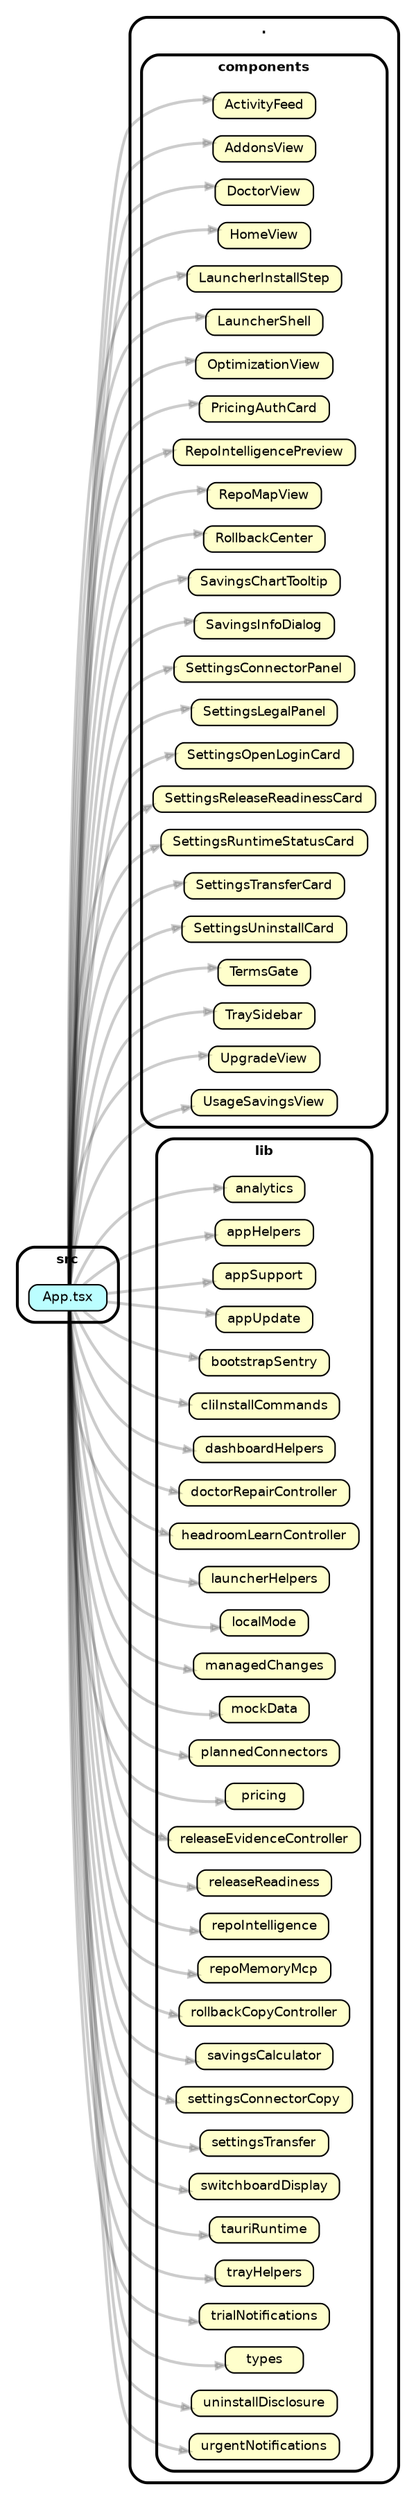
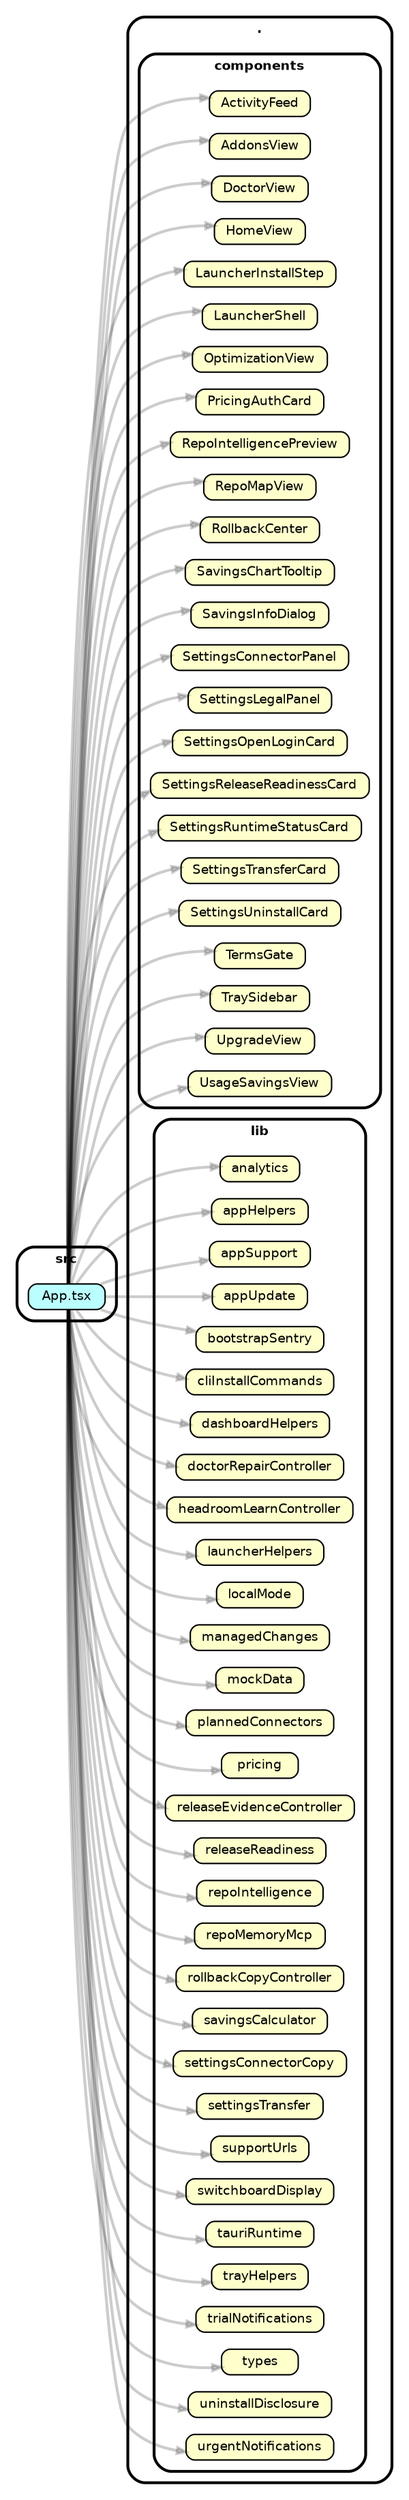
strict digraph "dependency-cruiser output"{
    rankdir="LR" splines="true" overlap="false" nodesep="0.16" ranksep="0.18" fontname="Helvetica-bold" fontsize="9" style="rounded,bold,filled" fillcolor="#ffffff" compound="true"
    node [shape="box" style="rounded, filled" height="0.2" color="black" fillcolor="#ffffcc" fontcolor="black" fontname="Helvetica" fontsize="9"]
    edge [arrowhead="normal" arrowsize="0.6" penwidth="2.0" color="#00000033" fontname="Helvetica" fontsize="9"]

    subgraph "cluster_." {label="." subgraph "cluster_./components" {label="components" "./components/ActivityFeed" [label=<ActivityFeed> tooltip="ActivityFeed" ] } }
    subgraph "cluster_." {label="." subgraph "cluster_./components" {label="components" "./components/AddonsView" [label=<AddonsView> tooltip="AddonsView" ] } }
    subgraph "cluster_." {label="." subgraph "cluster_./components" {label="components" "./components/DoctorView" [label=<DoctorView> tooltip="DoctorView" ] } }
    subgraph "cluster_." {label="." subgraph "cluster_./components" {label="components" "./components/HomeView" [label=<HomeView> tooltip="HomeView" ] } }
    subgraph "cluster_." {label="." subgraph "cluster_./components" {label="components" "./components/LauncherInstallStep" [label=<LauncherInstallStep> tooltip="LauncherInstallStep" ] } }
    subgraph "cluster_." {label="." subgraph "cluster_./components" {label="components" "./components/LauncherShell" [label=<LauncherShell> tooltip="LauncherShell" ] } }
    subgraph "cluster_." {label="." subgraph "cluster_./components" {label="components" "./components/OptimizationView" [label=<OptimizationView> tooltip="OptimizationView" ] } }
    subgraph "cluster_." {label="." subgraph "cluster_./components" {label="components" "./components/PricingAuthCard" [label=<PricingAuthCard> tooltip="PricingAuthCard" ] } }
    subgraph "cluster_." {label="." subgraph "cluster_./components" {label="components" "./components/RepoIntelligencePreview" [label=<RepoIntelligencePreview> tooltip="RepoIntelligencePreview" ] } }
    subgraph "cluster_." {label="." subgraph "cluster_./components" {label="components" "./components/RepoMapView" [label=<RepoMapView> tooltip="RepoMapView" ] } }
    subgraph "cluster_." {label="." subgraph "cluster_./components" {label="components" "./components/RollbackCenter" [label=<RollbackCenter> tooltip="RollbackCenter" ] } }
    subgraph "cluster_." {label="." subgraph "cluster_./components" {label="components" "./components/SavingsChartTooltip" [label=<SavingsChartTooltip> tooltip="SavingsChartTooltip" ] } }
    subgraph "cluster_." {label="." subgraph "cluster_./components" {label="components" "./components/SavingsInfoDialog" [label=<SavingsInfoDialog> tooltip="SavingsInfoDialog" ] } }
    subgraph "cluster_." {label="." subgraph "cluster_./components" {label="components" "./components/SettingsConnectorPanel" [label=<SettingsConnectorPanel> tooltip="SettingsConnectorPanel" ] } }
    subgraph "cluster_." {label="." subgraph "cluster_./components" {label="components" "./components/SettingsLegalPanel" [label=<SettingsLegalPanel> tooltip="SettingsLegalPanel" ] } }
    subgraph "cluster_." {label="." subgraph "cluster_./components" {label="components" "./components/SettingsOpenLoginCard" [label=<SettingsOpenLoginCard> tooltip="SettingsOpenLoginCard" ] } }
    subgraph "cluster_." {label="." subgraph "cluster_./components" {label="components" "./components/SettingsReleaseReadinessCard" [label=<SettingsReleaseReadinessCard> tooltip="SettingsReleaseReadinessCard" ] } }
    subgraph "cluster_." {label="." subgraph "cluster_./components" {label="components" "./components/SettingsRuntimeStatusCard" [label=<SettingsRuntimeStatusCard> tooltip="SettingsRuntimeStatusCard" ] } }
    subgraph "cluster_." {label="." subgraph "cluster_./components" {label="components" "./components/SettingsTransferCard" [label=<SettingsTransferCard> tooltip="SettingsTransferCard" ] } }
    subgraph "cluster_." {label="." subgraph "cluster_./components" {label="components" "./components/SettingsUninstallCard" [label=<SettingsUninstallCard> tooltip="SettingsUninstallCard" ] } }
    subgraph "cluster_." {label="." subgraph "cluster_./components" {label="components" "./components/TermsGate" [label=<TermsGate> tooltip="TermsGate" ] } }
    subgraph "cluster_." {label="." subgraph "cluster_./components" {label="components" "./components/TraySidebar" [label=<TraySidebar> tooltip="TraySidebar" ] } }
    subgraph "cluster_." {label="." subgraph "cluster_./components" {label="components" "./components/UpgradeView" [label=<UpgradeView> tooltip="UpgradeView" ] } }
    subgraph "cluster_." {label="." subgraph "cluster_./components" {label="components" "./components/UsageSavingsView" [label=<UsageSavingsView> tooltip="UsageSavingsView" ] } }
    subgraph "cluster_." {label="." subgraph "cluster_./lib" {label="lib" "./lib/analytics" [label=<analytics> tooltip="analytics" ] } }
    subgraph "cluster_." {label="." subgraph "cluster_./lib" {label="lib" "./lib/appHelpers" [label=<appHelpers> tooltip="appHelpers" ] } }
    subgraph "cluster_." {label="." subgraph "cluster_./lib" {label="lib" "./lib/appSupport" [label=<appSupport> tooltip="appSupport" ] } }
    subgraph "cluster_." {label="." subgraph "cluster_./lib" {label="lib" "./lib/appUpdate" [label=<appUpdate> tooltip="appUpdate" ] } }
    subgraph "cluster_." {label="." subgraph "cluster_./lib" {label="lib" "./lib/bootstrapSentry" [label=<bootstrapSentry> tooltip="bootstrapSentry" ] } }
    subgraph "cluster_." {label="." subgraph "cluster_./lib" {label="lib" "./lib/cliInstallCommands" [label=<cliInstallCommands> tooltip="cliInstallCommands" ] } }
    subgraph "cluster_." {label="." subgraph "cluster_./lib" {label="lib" "./lib/dashboardHelpers" [label=<dashboardHelpers> tooltip="dashboardHelpers" ] } }
    subgraph "cluster_." {label="." subgraph "cluster_./lib" {label="lib" "./lib/doctorRepairController" [label=<doctorRepairController> tooltip="doctorRepairController" ] } }
    subgraph "cluster_." {label="." subgraph "cluster_./lib" {label="lib" "./lib/headroomLearnController" [label=<headroomLearnController> tooltip="headroomLearnController" ] } }
    subgraph "cluster_." {label="." subgraph "cluster_./lib" {label="lib" "./lib/launcherHelpers" [label=<launcherHelpers> tooltip="launcherHelpers" ] } }
    subgraph "cluster_." {label="." subgraph "cluster_./lib" {label="lib" "./lib/localMode" [label=<localMode> tooltip="localMode" ] } }
    subgraph "cluster_." {label="." subgraph "cluster_./lib" {label="lib" "./lib/managedChanges" [label=<managedChanges> tooltip="managedChanges" ] } }
    subgraph "cluster_." {label="." subgraph "cluster_./lib" {label="lib" "./lib/mockData" [label=<mockData> tooltip="mockData" ] } }
    subgraph "cluster_." {label="." subgraph "cluster_./lib" {label="lib" "./lib/plannedConnectors" [label=<plannedConnectors> tooltip="plannedConnectors" ] } }
    subgraph "cluster_." {label="." subgraph "cluster_./lib" {label="lib" "./lib/pricing" [label=<pricing> tooltip="pricing" ] } }
    subgraph "cluster_." {label="." subgraph "cluster_./lib" {label="lib" "./lib/releaseEvidenceController" [label=<releaseEvidenceController> tooltip="releaseEvidenceController" ] } }
    subgraph "cluster_." {label="." subgraph "cluster_./lib" {label="lib" "./lib/releaseReadiness" [label=<releaseReadiness> tooltip="releaseReadiness" ] } }
    subgraph "cluster_." {label="." subgraph "cluster_./lib" {label="lib" "./lib/repoIntelligence" [label=<repoIntelligence> tooltip="repoIntelligence" ] } }
    subgraph "cluster_." {label="." subgraph "cluster_./lib" {label="lib" "./lib/repoMemoryMcp" [label=<repoMemoryMcp> tooltip="repoMemoryMcp" ] } }
    subgraph "cluster_." {label="." subgraph "cluster_./lib" {label="lib" "./lib/rollbackCopyController" [label=<rollbackCopyController> tooltip="rollbackCopyController" ] } }
    subgraph "cluster_." {label="." subgraph "cluster_./lib" {label="lib" "./lib/savingsCalculator" [label=<savingsCalculator> tooltip="savingsCalculator" ] } }
    subgraph "cluster_." {label="." subgraph "cluster_./lib" {label="lib" "./lib/settingsConnectorCopy" [label=<settingsConnectorCopy> tooltip="settingsConnectorCopy" ] } }
    subgraph "cluster_." {label="." subgraph "cluster_./lib" {label="lib" "./lib/settingsTransfer" [label=<settingsTransfer> tooltip="settingsTransfer" ] } }
+     subgraph "cluster_." {label="." subgraph "cluster_./lib" {label="lib" "./lib/supportUrls" [label=<supportUrls> tooltip="supportUrls" ] } }
    subgraph "cluster_." {label="." subgraph "cluster_./lib" {label="lib" "./lib/switchboardDisplay" [label=<switchboardDisplay> tooltip="switchboardDisplay" ] } }
    subgraph "cluster_." {label="." subgraph "cluster_./lib" {label="lib" "./lib/tauriRuntime" [label=<tauriRuntime> tooltip="tauriRuntime" ] } }
    subgraph "cluster_." {label="." subgraph "cluster_./lib" {label="lib" "./lib/trayHelpers" [label=<trayHelpers> tooltip="trayHelpers" ] } }
    subgraph "cluster_." {label="." subgraph "cluster_./lib" {label="lib" "./lib/trialNotifications" [label=<trialNotifications> tooltip="trialNotifications" ] } }
    subgraph "cluster_." {label="." subgraph "cluster_./lib" {label="lib" "./lib/types" [label=<types> tooltip="types" ] } }
    subgraph "cluster_." {label="." subgraph "cluster_./lib" {label="lib" "./lib/uninstallDisclosure" [label=<uninstallDisclosure> tooltip="uninstallDisclosure" ] } }
    subgraph "cluster_." {label="." subgraph "cluster_./lib" {label="lib" "./lib/urgentNotifications" [label=<urgentNotifications> tooltip="urgentNotifications" ] } }
    subgraph "cluster_src" {label="src" "src/App.tsx" [label=<App.tsx> tooltip="App.tsx" URL="src/App.tsx" fillcolor="#bbfeff"] }
    "src/App.tsx" -> "./components/ActivityFeed"
    "src/App.tsx" -> "./components/AddonsView"
    "src/App.tsx" -> "./components/DoctorView"
    "src/App.tsx" -> "./components/HomeView"
    "src/App.tsx" -> "./components/LauncherInstallStep"
    "src/App.tsx" -> "./components/LauncherShell"
    "src/App.tsx" -> "./components/OptimizationView"
    "src/App.tsx" -> "./components/PricingAuthCard"
    "src/App.tsx" -> "./components/RepoIntelligencePreview"
    "src/App.tsx" -> "./components/RepoMapView"
    "src/App.tsx" -> "./components/RollbackCenter"
    "src/App.tsx" -> "./components/SavingsChartTooltip"
    "src/App.tsx" -> "./components/SavingsInfoDialog"
    "src/App.tsx" -> "./components/SettingsConnectorPanel"
    "src/App.tsx" -> "./components/SettingsLegalPanel"
    "src/App.tsx" -> "./components/SettingsOpenLoginCard"
    "src/App.tsx" -> "./components/SettingsReleaseReadinessCard"
    "src/App.tsx" -> "./components/SettingsRuntimeStatusCard"
    "src/App.tsx" -> "./components/SettingsTransferCard"
    "src/App.tsx" -> "./components/SettingsUninstallCard"
    "src/App.tsx" -> "./components/TermsGate"
    "src/App.tsx" -> "./components/TraySidebar"
    "src/App.tsx" -> "./components/UpgradeView"
    "src/App.tsx" -> "./components/UsageSavingsView"
    "src/App.tsx" -> "./lib/analytics"
    "src/App.tsx" -> "./lib/appHelpers"
    "src/App.tsx" -> "./lib/appSupport"
    "src/App.tsx" -> "./lib/appUpdate"
    "src/App.tsx" -> "./lib/bootstrapSentry"
    "src/App.tsx" -> "./lib/cliInstallCommands"
    "src/App.tsx" -> "./lib/dashboardHelpers"
    "src/App.tsx" -> "./lib/doctorRepairController"
    "src/App.tsx" -> "./lib/headroomLearnController"
    "src/App.tsx" -> "./lib/launcherHelpers"
    "src/App.tsx" -> "./lib/localMode"
    "src/App.tsx" -> "./lib/managedChanges"
    "src/App.tsx" -> "./lib/mockData"
    "src/App.tsx" -> "./lib/plannedConnectors"
    "src/App.tsx" -> "./lib/pricing"
    "src/App.tsx" -> "./lib/releaseEvidenceController"
    "src/App.tsx" -> "./lib/releaseReadiness"
    "src/App.tsx" -> "./lib/repoIntelligence"
    "src/App.tsx" -> "./lib/repoMemoryMcp"
    "src/App.tsx" -> "./lib/rollbackCopyController"
    "src/App.tsx" -> "./lib/savingsCalculator"
    "src/App.tsx" -> "./lib/settingsConnectorCopy"
    "src/App.tsx" -> "./lib/settingsTransfer"
+     "src/App.tsx" -> "./lib/supportUrls"
    "src/App.tsx" -> "./lib/switchboardDisplay"
    "src/App.tsx" -> "./lib/tauriRuntime"
    "src/App.tsx" -> "./lib/trayHelpers"
    "src/App.tsx" -> "./lib/trialNotifications"
    "src/App.tsx" -> "./lib/types"
    "src/App.tsx" -> "./lib/uninstallDisclosure"
    "src/App.tsx" -> "./lib/urgentNotifications"
}
